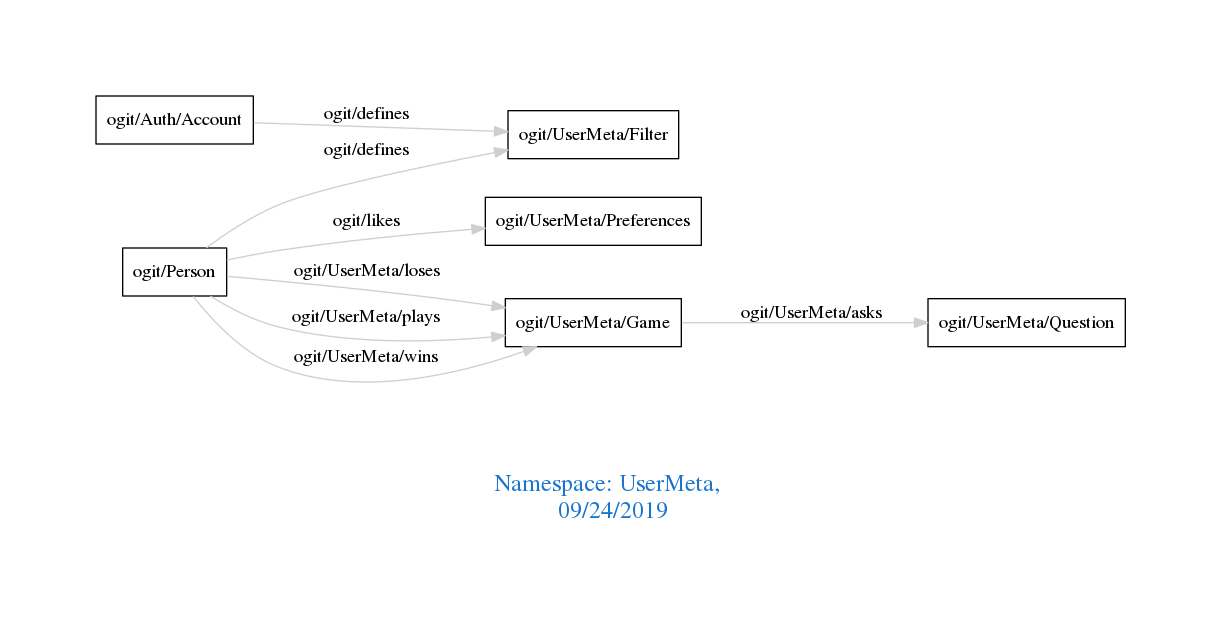
Above: downloads/UserMeta.png in arago/OGIT (Graphviz), before the change. Its source is kept beside it as downloads/UserMeta.dot.
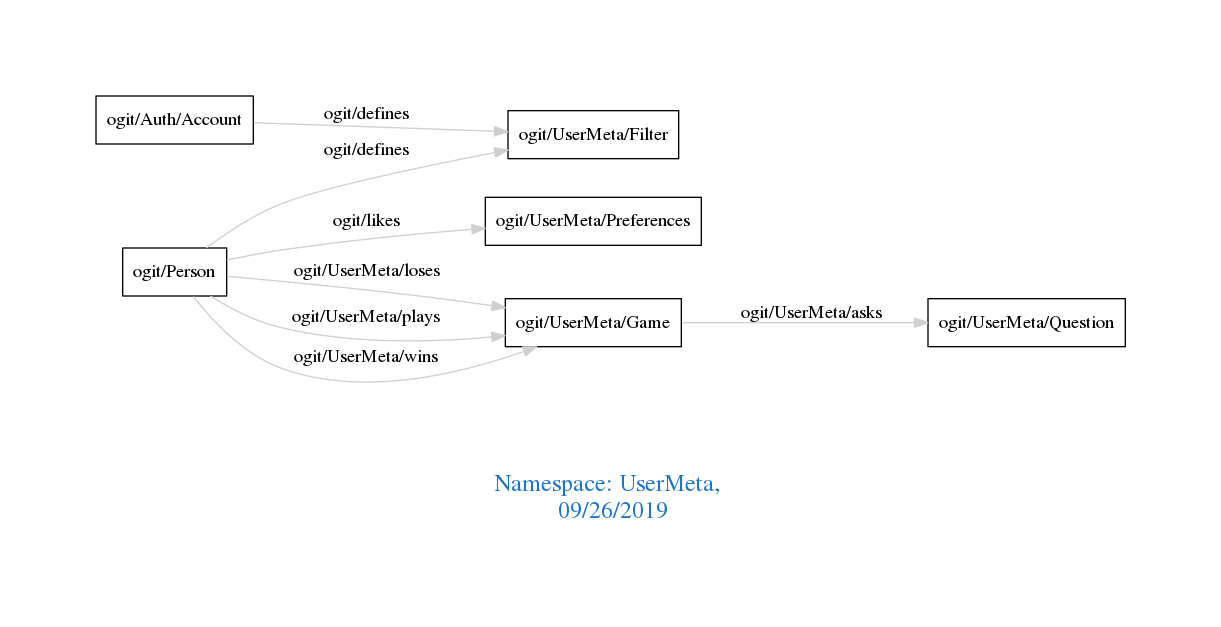
Above is the later version.

Diff of the diagram source:
```diff
@@ -1,7 +1,7 @@
 digraph OGIT_ontology {
  graph [ rankdir= LR,pad=1
 fontsize = 18,
-fontcolor= dodgerblue3,label = "\n\n\nNamespace: UserMeta, \n 09/24/2019"];
+fontcolor= dodgerblue3,label = "\n\n\nNamespace: UserMeta, \n 09/26/2019"];
 node[shape=polygon];
 edge [  color="gray81"];
 
```
